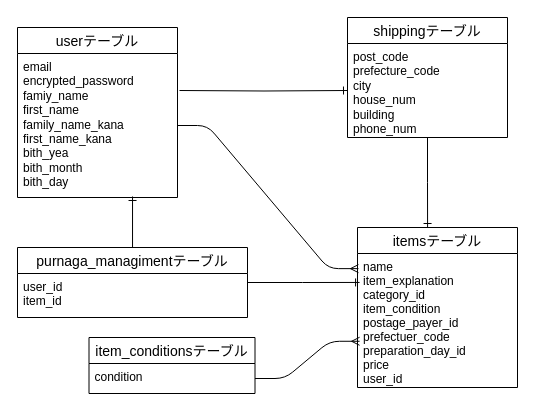
Before: page "ページ1" (1 of 2) of ER.dio/furima.dio in souyama77/furima-29616-v2, a draw.io diagram. Source tidied: cells renumbered, new cells numbered last; positions are measured from the earlier drawing's top-left corner, leaving out a move shared by most shapes. Both pictures are drawn from the tidied source at 100%, with x=0, y=0 at pixel (17, 17).
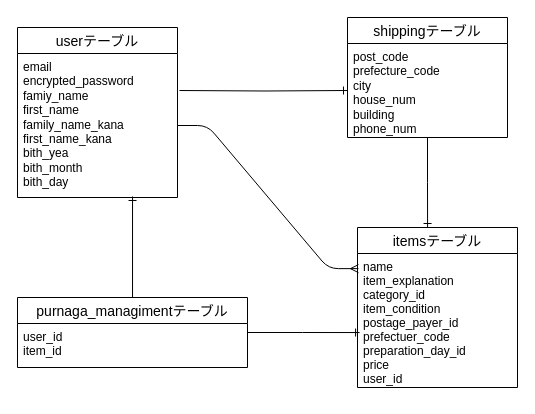
The same page after the edit.

Commit message (it also covers changes not shown here):
データ設計修正Ver.4

Diff of the diagram source:
```diff
@@
 <mxGraphModel>
   <root>
     <mxCell id="0" />
     <mxCell id="1" parent="0" />
     <mxCell id="2" value="userテーブル" style="swimlane;fontStyle=0;horizontal=1;startSize=26;align=center;fontSize=14;rounded=0;sketch=0;flipH=0;flipV=0;" parent="1" vertex="1">
       <mxGeometry y="10" width="160" height="170" as="geometry" />
     </mxCell>
     <mxCell id="3" value="email&lt;br&gt;encrypted_password&lt;br&gt;&lt;span&gt;famiy_name&lt;/span&gt;&lt;br style=&quot;padding: 0px ; margin: 0px&quot;&gt;&lt;span&gt;first_name&lt;/span&gt;&lt;br style=&quot;padding: 0px ; margin: 0px&quot;&gt;&lt;span&gt;family_name_kana&lt;/span&gt;&lt;br style=&quot;padding: 0px ; margin: 0px&quot;&gt;&lt;span&gt;first_name_kana&lt;/span&gt;&lt;br style=&quot;padding: 0px ; margin: 0px&quot;&gt;&lt;span&gt;bith_yea&lt;/span&gt;&lt;br style=&quot;padding: 0px ; margin: 0px&quot;&gt;&lt;span&gt;bith_month&lt;/span&gt;&lt;br style=&quot;padding: 0px ; margin: 0px&quot;&gt;&lt;span&gt;bith_day&lt;/span&gt;&lt;br style=&quot;padding: 0px ; margin: 0px&quot;&gt;" style="text;strokeColor=none;fillColor=none;spacingLeft=4;spacingRight=4;overflow=hidden;points=[[0,0.5],[1,0.5]];portConstraint=eastwest;fontSize=12;html=1;whiteSpace=wrap;" parent="2" vertex="1">
       <mxGeometry y="26" width="160" height="144" as="geometry" />
     </mxCell>
     <mxCell id="4" style="edgeStyle=orthogonalEdgeStyle;rounded=0;jettySize=auto;html=1;entryX=0.438;entryY=0;entryDx=0;entryDy=0;entryPerimeter=0;endArrow=ERone;endFill=0;" parent="1" edge="1" source="5" target="7">
       <mxGeometry relative="1" as="geometry" />
     </mxCell>
     <mxCell id="5" value="shippingテーブル" style="swimlane;fontStyle=0;horizontal=1;startSize=26;align=center;fontSize=14;rounded=0;sketch=0;" parent="1" vertex="1">
       <mxGeometry x="330" width="160" height="120" as="geometry" />
     </mxCell>
     <mxCell id="6" value="post_code&lt;br&gt;prefecture_code&lt;br&gt;city&lt;br&gt;house_num&lt;br&gt;building&lt;br&gt;phone_num&lt;br&gt;&lt;br&gt;" style="text;strokeColor=none;fillColor=none;spacingLeft=4;spacingRight=4;overflow=hidden;points=[[0,0.5],[1,0.5]];portConstraint=eastwest;fontSize=12;html=1;whiteSpace=wrap;" parent="5" vertex="1">
       <mxGeometry y="26" width="160" height="94" as="geometry" />
     </mxCell>
     <mxCell id="7" value="itemsテーブル" style="swimlane;fontStyle=0;horizontal=1;startSize=26;align=center;fontSize=14;" parent="1" vertex="1">
       <mxGeometry x="340" y="210" width="160" height="160" as="geometry" />
     </mxCell>
     <mxCell id="8" value="name&#10;item_explanation&#10;category_id&#10;item_condition&#10;postage_payer_id&#10;prefectuer_code&#10;preparation_day_id&#10;price&#10;user_id&#10;" style="text;strokeColor=none;fillColor=none;spacingLeft=4;spacingRight=4;overflow=hidden;points=[[0,0.5],[1,0.5]];portConstraint=eastwest;fontSize=12;" parent="7" vertex="1">
       <mxGeometry y="26" width="160" height="134" as="geometry" />
     </mxCell>
-    <mxCell id="9" value="item_conditionsテーブル" style="swimlane;fontStyle=0;horizontal=1;startSize=26;align=center;fontSize=14;" parent="1" vertex="1">
-      <mxGeometry x="71.5" y="320" width="166" height="56" as="geometry" />
-    </mxCell>
-    <mxCell id="10" value="condition" style="text;strokeColor=none;fillColor=none;spacingLeft=4;spacingRight=4;overflow=hidden;points=[[0,0.5],[1,0.5]];portConstraint=eastwest;fontSize=12;" parent="9" vertex="1">
-      <mxGeometry y="26" width="166" height="30" as="geometry" />
-    </mxCell>
-    <mxCell id="11" style="edgeStyle=entityRelationEdgeStyle;fontSize=12;html=1;endArrow=ERmany;exitX=1;exitY=0.5;exitDx=0;exitDy=0;entryX=0.013;entryY=0.655;entryDx=0;entryDy=0;entryPerimeter=0;" parent="1" edge="1" source="10" target="8">
-      <mxGeometry relative="1" as="geometry" />
-    </mxCell>
     <mxCell id="12" style="edgeStyle=entityRelationEdgeStyle;fontSize=12;html=1;endArrow=ERmany;exitX=1;exitY=0.5;exitDx=0;exitDy=0;entryX=0.006;entryY=0.113;entryDx=0;entryDy=0;entryPerimeter=0;" parent="1" edge="1" source="3" target="8">
       <mxGeometry relative="1" as="geometry" />
     </mxCell>
     <mxCell id="13" style="edgeStyle=orthogonalEdgeStyle;rounded=0;jettySize=auto;html=1;entryX=0.719;entryY=0.993;entryDx=0;entryDy=0;entryPerimeter=0;endArrow=ERone;endFill=0;" parent="1" edge="1" source="15" target="3">
       <mxGeometry relative="1" as="geometry" />
     </mxCell>
-    <mxCell id="14" style="edgeStyle=orthogonalEdgeStyle;rounded=0;jettySize=auto;html=1;entryX=0.013;entryY=0.216;entryDx=0;entryDy=0;entryPerimeter=0;endArrow=ERone;endFill=0;" parent="1" edge="1" source="15" target="8">
+    <mxCell id="14" style="edgeStyle=orthogonalEdgeStyle;rounded=0;jettySize=auto;html=1;entryX=0.013;entryY=0.59;entryDx=0;entryDy=0;entryPerimeter=0;endArrow=ERone;endFill=0;" parent="1" edge="1" source="15" target="8">
       <mxGeometry relative="1" as="geometry" />
     </mxCell>
     <mxCell id="15" value="purnaga_managimentテーブル" style="swimlane;fontStyle=0;horizontal=1;startSize=26;align=center;fontSize=14;" parent="1" vertex="1">
-      <mxGeometry y="230" width="230" height="70" as="geometry" />
+      <mxGeometry y="280" width="230" height="70" as="geometry" />
     </mxCell>
     <mxCell id="16" value="user_id&#10;item_id" style="text;strokeColor=none;fillColor=none;spacingLeft=4;spacingRight=4;overflow=hidden;fontSize=12;" parent="15" vertex="1">
       <mxGeometry y="26" width="230" height="44" as="geometry" />
     </mxCell>
     <mxCell id="17" style="edgeStyle=orthogonalEdgeStyle;rounded=0;jettySize=auto;html=1;entryX=0;entryY=0.5;entryDx=0;entryDy=0;endArrow=ERone;endFill=0;" parent="1" edge="1" target="6">
       <mxGeometry relative="1" as="geometry">
         <mxPoint x="162" y="73" as="sourcePoint" />
       </mxGeometry>
     </mxCell>
   </root>
 </mxGraphModel>
```
